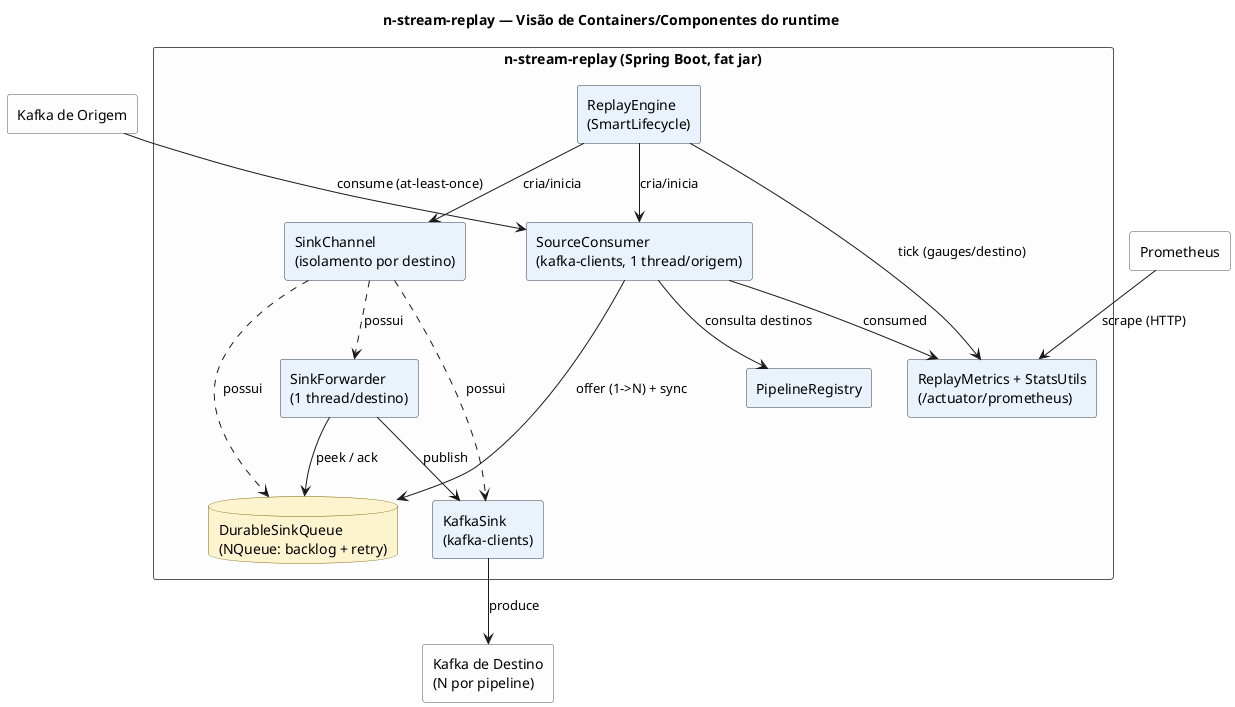
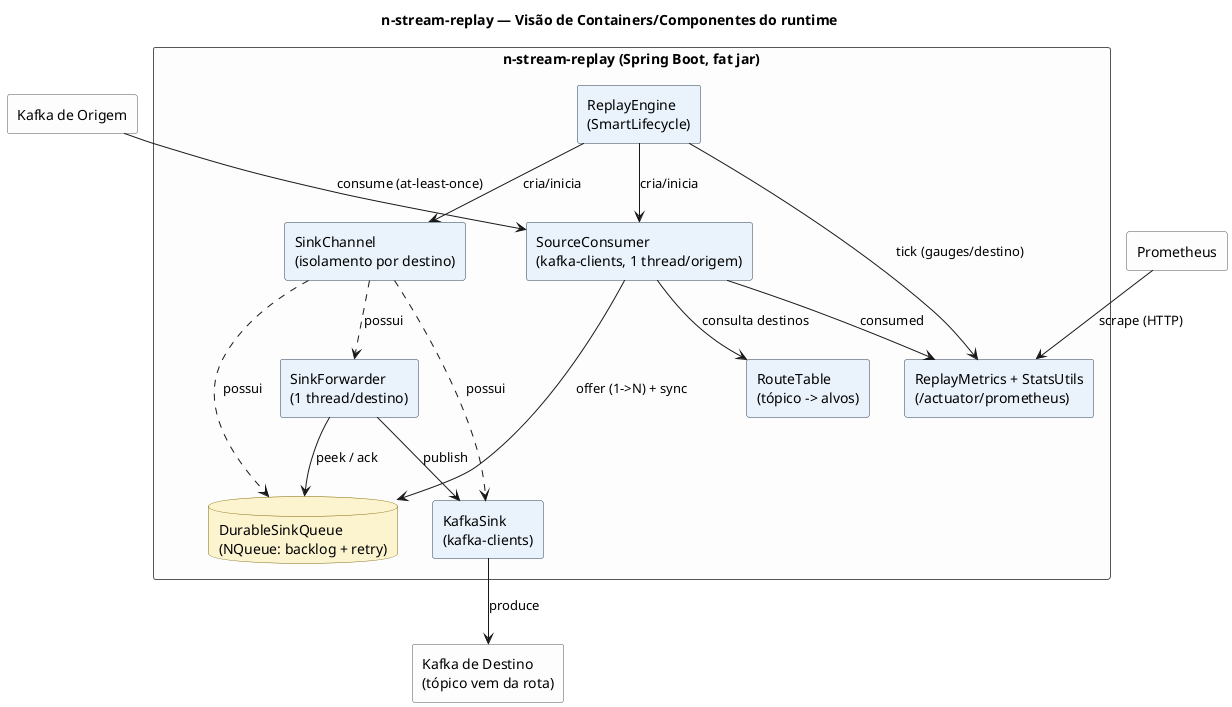
@startuml c4_container
title n-stream-replay — Visão de Containers/Componentes do runtime

skinparam shadowing false
skinparam componentStyle rectangle
skinparam rectangle {
  BackgroundColor #FDFDFD
  BorderColor #555555
}
skinparam component {
  BackgroundColor #EAF2FB
  BorderColor #2C3E50
}
skinparam database {
  BackgroundColor #FCF3CF
  BorderColor #7D6608
}

rectangle "Kafka de Origem" as srcKafka
- rectangle "Kafka de Destino\n(N por pipeline)" as dstKafka
+ rectangle "Kafka de Destino\n(tópico vem da rota)" as dstKafka
rectangle "Prometheus" as prom

rectangle "n-stream-replay (Spring Boot, fat jar)" {
  component "ReplayEngine\n(SmartLifecycle)" as engine
  component "SourceConsumer\n(kafka-clients, 1 thread/origem)" as source
-   component "PipelineRegistry" as registry
+   component "RouteTable\n(tópico -> alvos)" as registry
  component "SinkChannel\n(isolamento por destino)" as channel
  database "DurableSinkQueue\n(NQueue: backlog + retry)" as queue
  component "SinkForwarder\n(1 thread/destino)" as forwarder
  component "KafkaSink\n(kafka-clients)" as sink
  component "ReplayMetrics + StatsUtils\n(/actuator/prometheus)" as metrics
}

srcKafka --> source : consume (at-least-once)
engine --> source : cria/inicia
engine --> channel : cria/inicia
source --> registry : consulta destinos
source --> queue : offer (1->N) + sync
channel ..> queue : possui
channel ..> forwarder : possui
channel ..> sink : possui
forwarder --> queue : peek / ack
forwarder --> sink : publish
sink --> dstKafka : produce
source --> metrics : consumed
engine --> metrics : tick (gauges/destino)
prom --> metrics : scrape (HTTP)
@enduml
